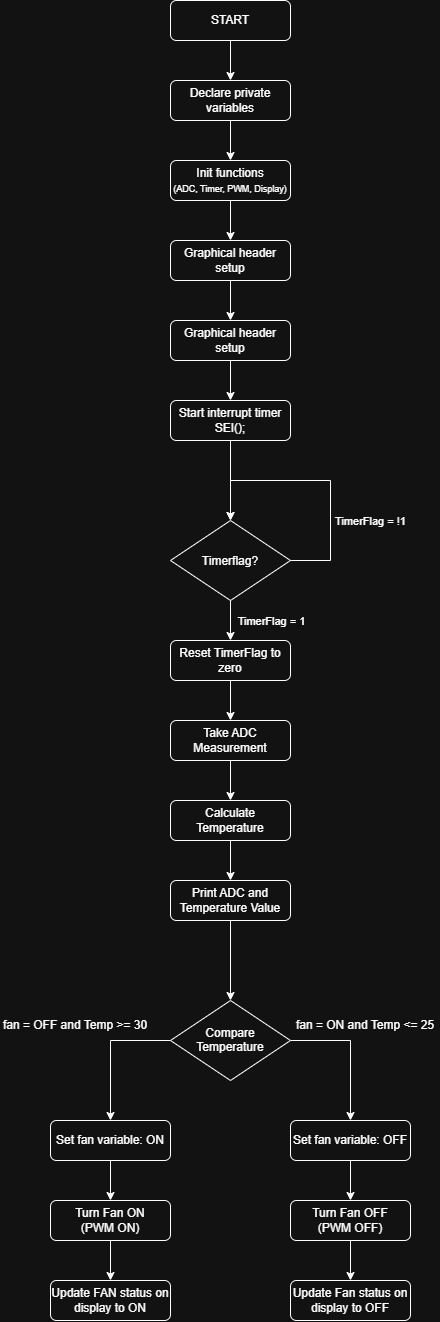
mattbvdl/Eindopdracht-PRMIC keeps this draw.io diagram as flowchart.drawio.png. Above is the earlier version. Source tidied: cells renumbered, new cells last; positions are measured from the earlier drawing's top-left corner, leaving out a move shared by most shapes.
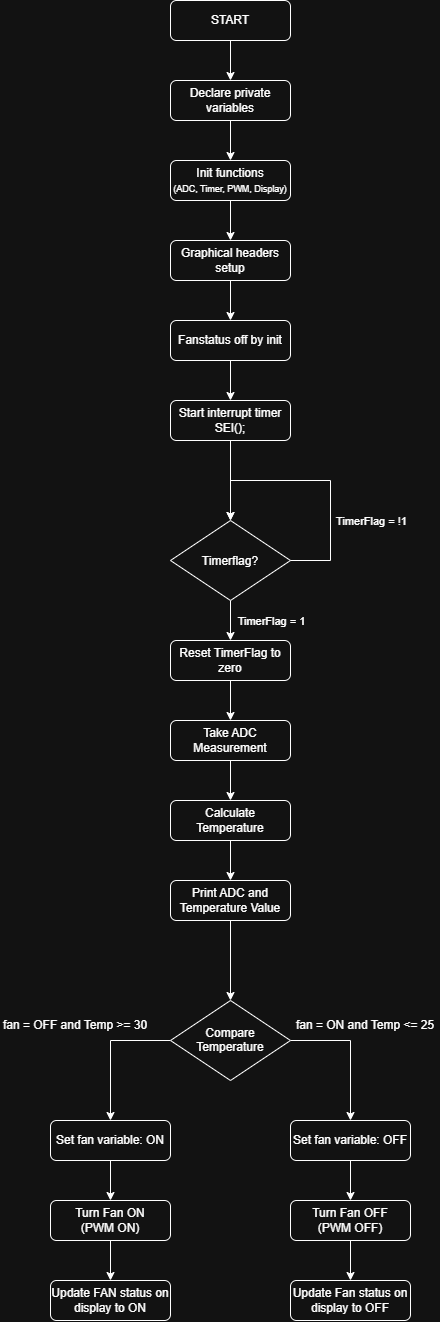
The same diagram one commit later.

Change to the diagram source:
```diff
@@ -28,7 +28,7 @@
     <mxCell id="9" style="edgeStyle=orthogonalEdgeStyle;rounded=0;jettySize=auto;html=1;" parent="1" edge="1" source="10" target="14">
       <mxGeometry relative="1" as="geometry" />
     </mxCell>
-    <mxCell id="10" value="Graphical header setup" style="rounded=1;whiteSpace=wrap;html=1;roundedPerimeter=1;" parent="1" vertex="1">
+    <mxCell id="10" value="Graphical headers setup" style="rounded=1;whiteSpace=wrap;html=1;roundedPerimeter=1;" parent="1" vertex="1">
       <mxGeometry x="170" y="240" width="120" height="40" as="geometry" />
     </mxCell>
     <mxCell id="11" style="edgeStyle=orthogonalEdgeStyle;rounded=0;jettySize=auto;html=1;" parent="1" edge="1" source="12" target="5">
@@ -40,7 +40,7 @@
     <mxCell id="13" style="edgeStyle=orthogonalEdgeStyle;rounded=0;jettySize=auto;html=1;" parent="1" edge="1" source="14" target="16">
       <mxGeometry relative="1" as="geometry" />
     </mxCell>
-    <mxCell id="14" value="Graphical header setup" style="rounded=1;whiteSpace=wrap;html=1;roundedPerimeter=1;" parent="1" vertex="1">
+    <mxCell id="14" value="Fanstatus off by init" style="rounded=1;whiteSpace=wrap;html=1;roundedPerimeter=1;" parent="1" vertex="1">
       <mxGeometry x="170" y="320" width="120" height="40" as="geometry" />
     </mxCell>
     <mxCell id="15" style="edgeStyle=orthogonalEdgeStyle;rounded=0;jettySize=auto;html=1;" parent="1" edge="1" source="16" target="8">
```
